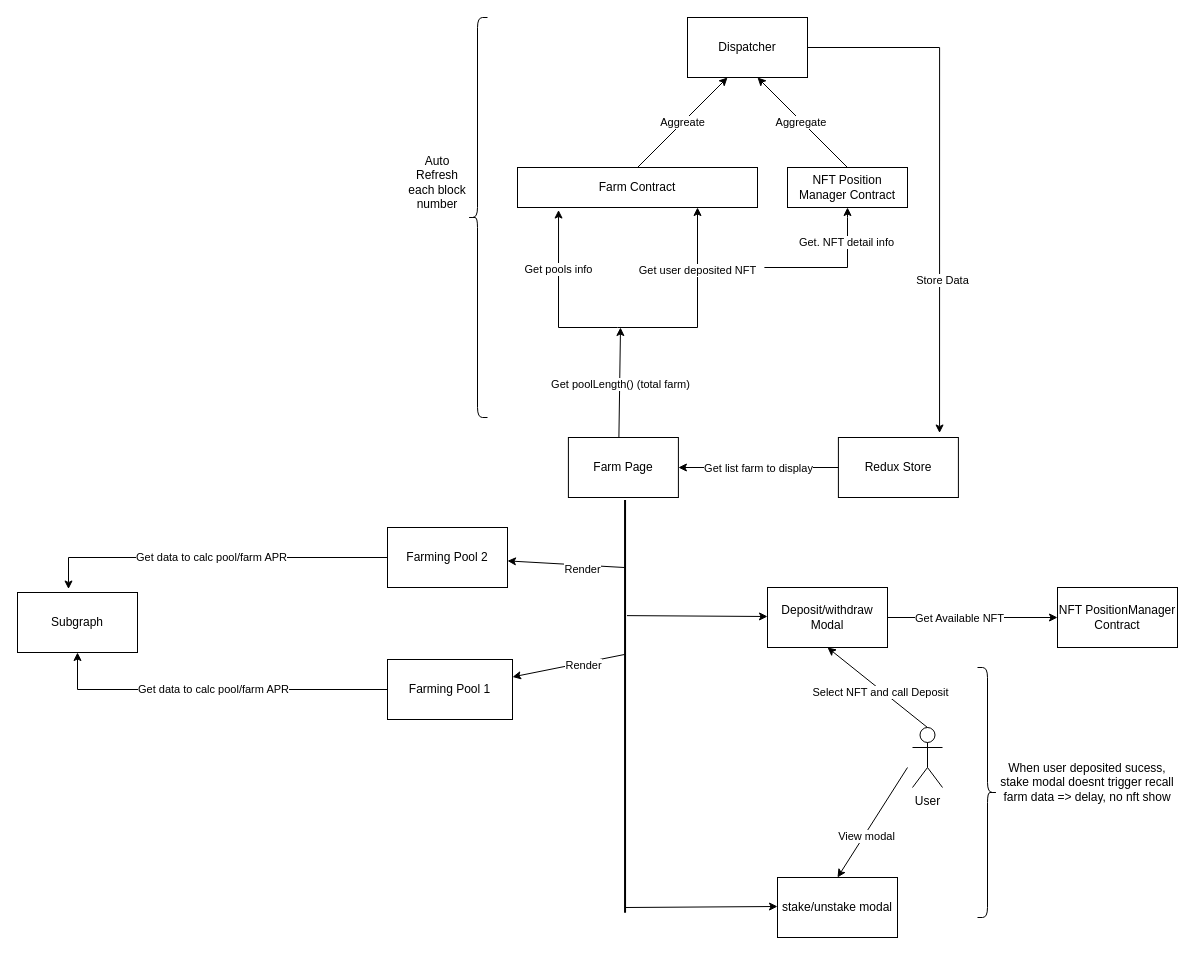
Before: Untitled Diagram.drawio in viet-nv/scp, a draw.io diagram. Source tidied: cells renumbered, new cells numbered last; positions are measured from the earlier drawing's top-left corner, leaving out a move shared by most shapes. Both pictures are drawn from the tidied source at 100%, with x=0, y=0 at pixel (17, 17).
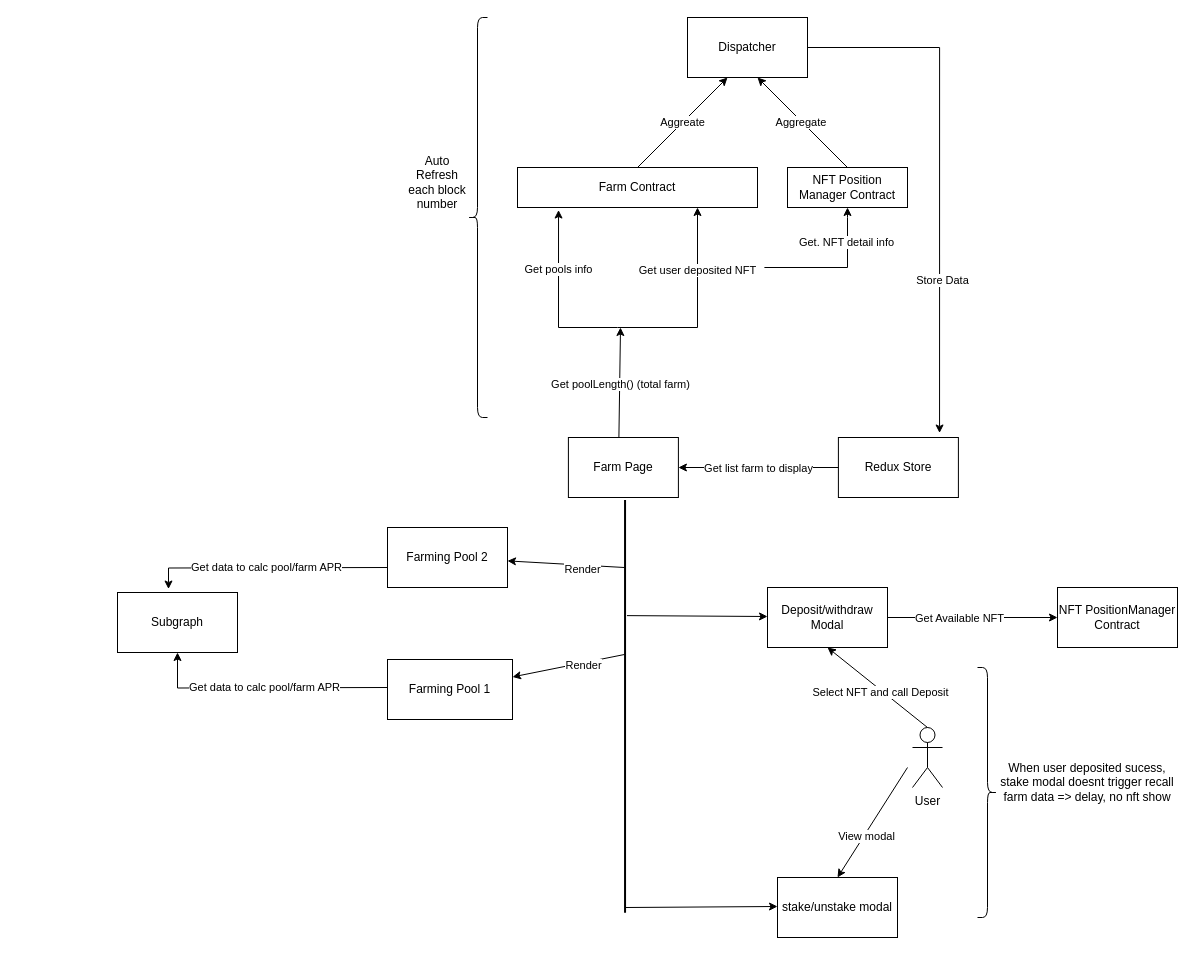
The same diagram, later.

The change refers to these unchanged cells:
```xml
<mxCell id="11" value="Farming Pool 1" style="rounded=0;whiteSpace=wrap;html=1;strokeColor=default;" parent="1" vertex="1">
  <mxGeometry x="370" y="642" width="125" height="60" as="geometry" />
</mxCell>
<mxCell id="16" value="Farming Pool 2" style="rounded=0;whiteSpace=wrap;html=1;strokeColor=default;" parent="1" vertex="1">
  <mxGeometry x="370" y="510" width="120" height="60" as="geometry" />
</mxCell>
```

What changed in the source:
```diff
@@
-    <mxCell id="10" value="Get data to calc pool/farm APR" style="edgeStyle=orthogonalEdgeStyle;rounded=0;jettySize=auto;html=1;exitX=0;exitY=0.5;exitDx=0;exitDy=0;entryX=0.5;entryY=1;entryDx=0;entryDy=0;" parent="1" edge="1" source="11" target="17">
-      <mxGeometry relative="1" as="geometry" />
+    <mxCell id="10" value="Get data to calc pool/farm APR" style="edgeStyle=orthogonalEdgeStyle;rounded=0;jettySize=auto;html=1;entryX=0.5;entryY=1;entryDx=0;entryDy=0;" parent="1" edge="1" target="17">
+      <mxGeometry relative="1" as="geometry">
+        <mxPoint x="370" y="670" as="sourcePoint" />
+      </mxGeometry>
     </mxCell>
@@
-    <mxCell id="14" style="edgeStyle=orthogonalEdgeStyle;rounded=0;jettySize=auto;html=1;exitX=0;exitY=0.5;exitDx=0;exitDy=0;entryX=0.425;entryY=-0.058;entryDx=0;entryDy=0;entryPerimeter=0;" parent="1" edge="1" source="16" target="17">
-      <mxGeometry relative="1" as="geometry" />
+    <mxCell id="14" style="edgeStyle=orthogonalEdgeStyle;rounded=0;jettySize=auto;html=1;entryX=0.425;entryY=-0.058;entryDx=0;entryDy=0;entryPerimeter=0;" parent="1" edge="1" target="17">
+      <mxGeometry relative="1" as="geometry">
+        <mxPoint x="370" y="550" as="sourcePoint" />
+      </mxGeometry>
     </mxCell>
@@
     <mxCell id="17" value="Subgraph" style="rounded=0;whiteSpace=wrap;html=1;strokeColor=default;" parent="1" vertex="1">
-      <mxGeometry y="575" width="120" height="60" as="geometry" />
+      <mxGeometry x="100" y="575" width="120" height="60" as="geometry" />
     </mxCell>
```
